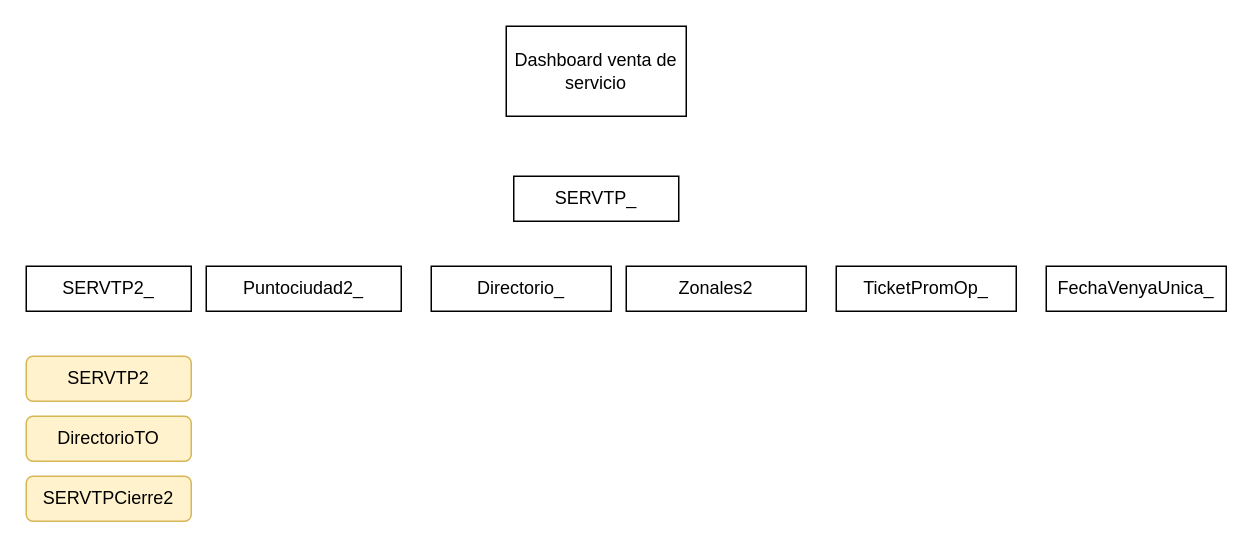
Above: Diagrama sin título.drawio in gabybecool/Drawio (draw.io), before the change. Source tidied: cells renumbered, new cells numbered last; positions are measured from the earlier drawing's top-left corner, leaving out a move shared by most shapes. Both pictures are drawn from the tidied source at 150%, with x=0, y=0 at pixel (26, 26).
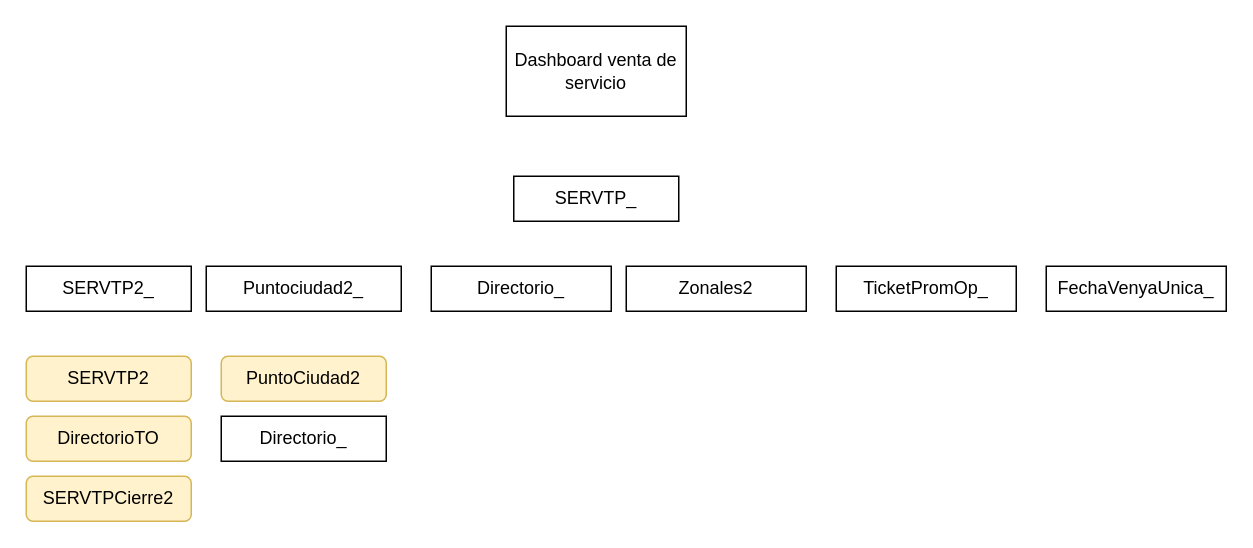
The same diagram, later.

Change to the diagram source:
```diff
@@
 <mxGraphModel>
   <root>
     <mxCell id="0" />
     <mxCell id="1" parent="0" />
     <mxCell id="2" value="Dashboard venta de servicio" style="rounded=0;whiteSpace=wrap;html=1;" parent="1" vertex="1">
       <mxGeometry x="320" width="120" height="60" as="geometry" />
     </mxCell>
     <mxCell id="3" value="SERVTP_" style="rounded=0;whiteSpace=wrap;html=1;" parent="1" vertex="1">
       <mxGeometry x="325" y="100" width="110" height="30" as="geometry" />
     </mxCell>
     <mxCell id="4" value="SERVTP2_" style="rounded=0;whiteSpace=wrap;html=1;" parent="1" vertex="1">
       <mxGeometry y="160" width="110" height="30" as="geometry" />
     </mxCell>
     <mxCell id="5" value="Puntociudad2_" style="rounded=0;whiteSpace=wrap;html=1;" parent="1" vertex="1">
       <mxGeometry x="120" y="160" width="130" height="30" as="geometry" />
     </mxCell>
     <mxCell id="6" value="Zonales2" style="rounded=0;whiteSpace=wrap;html=1;" parent="1" vertex="1">
       <mxGeometry x="400" y="160" width="120" height="30" as="geometry" />
     </mxCell>
     <mxCell id="7" value="TicketPromOp_" style="rounded=0;whiteSpace=wrap;html=1;" parent="1" vertex="1">
       <mxGeometry x="540" y="160" width="120" height="30" as="geometry" />
     </mxCell>
     <mxCell id="8" value="FechaVenyaUnica_" style="rounded=0;whiteSpace=wrap;html=1;" parent="1" vertex="1">
       <mxGeometry x="680" y="160" width="120" height="30" as="geometry" />
     </mxCell>
     <mxCell id="9" value="Directorio_" style="rounded=0;whiteSpace=wrap;html=1;" parent="1" vertex="1">
       <mxGeometry x="270" y="160" width="120" height="30" as="geometry" />
     </mxCell>
     <mxCell id="10" value="SERVTP2" style="rounded=1;whiteSpace=wrap;html=1;fillColor=#fff2cc;strokeColor=#d6b656;" parent="1" vertex="1">
       <mxGeometry y="220" width="110" height="30" as="geometry" />
     </mxCell>
     <mxCell id="11" value="DirectorioTO" style="rounded=1;whiteSpace=wrap;html=1;fillColor=#fff2cc;strokeColor=#d6b656;" parent="1" vertex="1">
       <mxGeometry y="260" width="110" height="30" as="geometry" />
     </mxCell>
     <mxCell id="12" value="SERVTPCierre2" style="rounded=1;whiteSpace=wrap;html=1;fillColor=#fff2cc;strokeColor=#d6b656;" parent="1" vertex="1">
       <mxGeometry y="300" width="110" height="30" as="geometry" />
     </mxCell>
+    <mxCell id="13" value="PuntoCiudad2" style="rounded=1;whiteSpace=wrap;html=1;fillColor=#fff2cc;strokeColor=#d6b656;" parent="1" vertex="1">
+      <mxGeometry x="130" y="220" width="110" height="30" as="geometry" />
+    </mxCell>
+    <mxCell id="14" value="Directorio_" style="rounded=0;whiteSpace=wrap;html=1;" parent="1" vertex="1">
+      <mxGeometry x="130" y="260" width="110" height="30" as="geometry" />
+    </mxCell>
   </root>
 </mxGraphModel>
```
